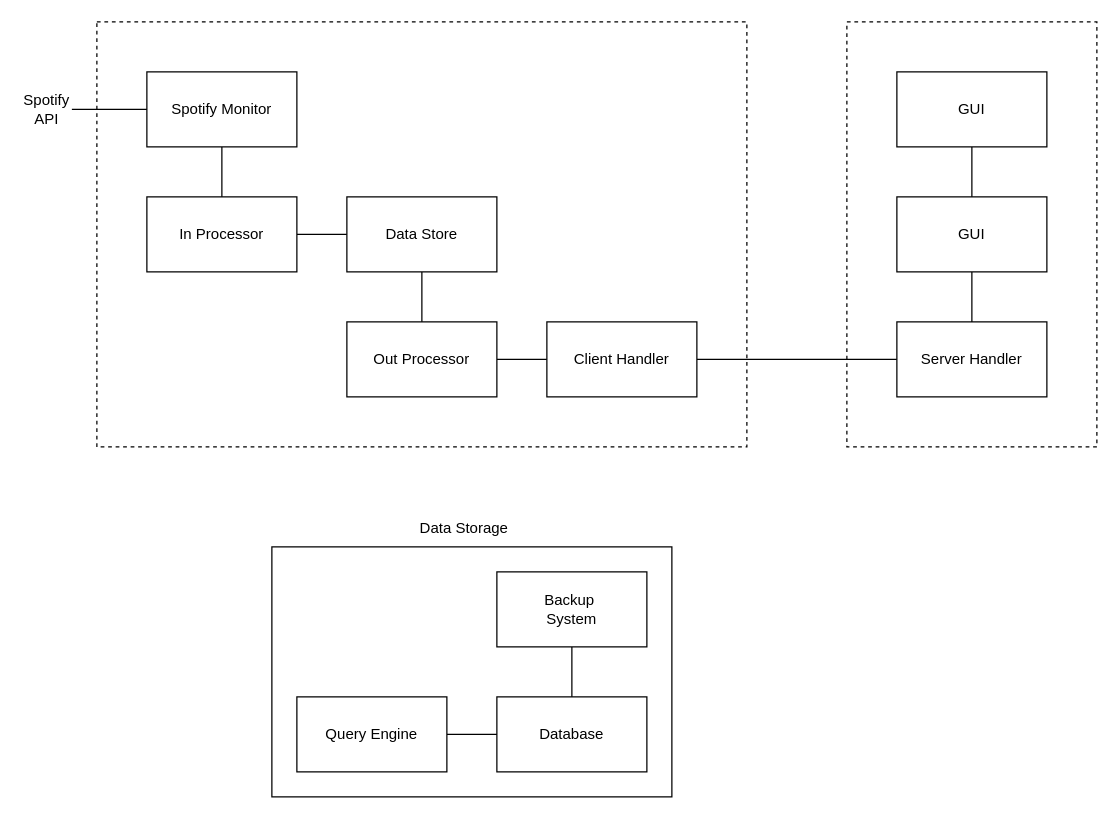
Above: Design/HLA/abstract.drawio in jcryer/CSED-2 (draw.io), before the change. Source tidied: cells renumbered, new cells numbered last; positions are measured from the earlier drawing's top-left corner, leaving out a move shared by most shapes. Both pictures are drawn from the tidied source at 125%, with x=0, y=0 at pixel (21, 21).
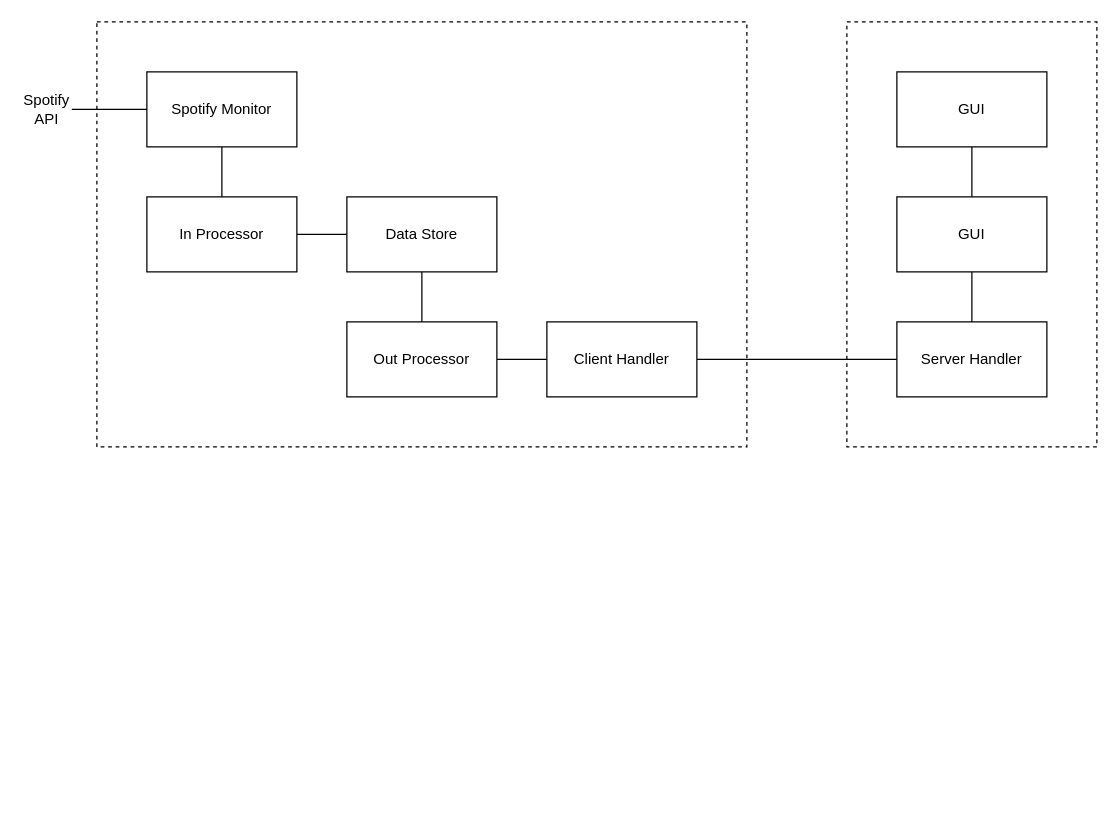
Above is the later version.

Change to the diagram source:
```diff
@@
-    <mxCell id="2" style="rounded=0;whiteSpace=wrap;html=1;fillColor=none;" parent="1" vertex="1">
-      <mxGeometry x="200" y="420" width="320" height="200" as="geometry" />
-    </mxCell>
@@
-    <mxCell id="22" style="edgeStyle=orthogonalEdgeStyle;rounded=0;jettySize=auto;html=1;endArrow=none;endFill=0;" parent="1" edge="1" source="23" target="26">
-      <mxGeometry relative="1" as="geometry" />
-    </mxCell>
-    <mxCell id="23" value="Database" style="rounded=0;whiteSpace=wrap;html=1;" parent="1" vertex="1">
-      <mxGeometry x="380" y="540" width="120" height="60" as="geometry" />
-    </mxCell>
-    <mxCell id="24" style="edgeStyle=orthogonalEdgeStyle;rounded=0;jettySize=auto;html=1;entryX=0;entryY=0.5;entryDx=0;entryDy=0;endArrow=none;endFill=0;" parent="1" edge="1" source="25" target="23">
-      <mxGeometry relative="1" as="geometry" />
-    </mxCell>
-    <mxCell id="25" value="Query Engine" style="rounded=0;whiteSpace=wrap;html=1;" parent="1" vertex="1">
-      <mxGeometry x="220" y="540" width="120" height="60" as="geometry" />
-    </mxCell>
-    <mxCell id="26" value="Backup&amp;nbsp;&lt;br&gt;System" style="rounded=0;whiteSpace=wrap;html=1;" parent="1" vertex="1">
-      <mxGeometry x="380" y="440" width="120" height="60" as="geometry" />
-    </mxCell>
-    <mxCell id="27" value="Data Storage" style="text;html=1;strokeColor=none;fillColor=none;align=center;verticalAlign=middle;whiteSpace=wrap;rounded=0;" parent="1" vertex="1">
-      <mxGeometry x="309" y="395" width="90" height="20" as="geometry" />
-    </mxCell>
```
